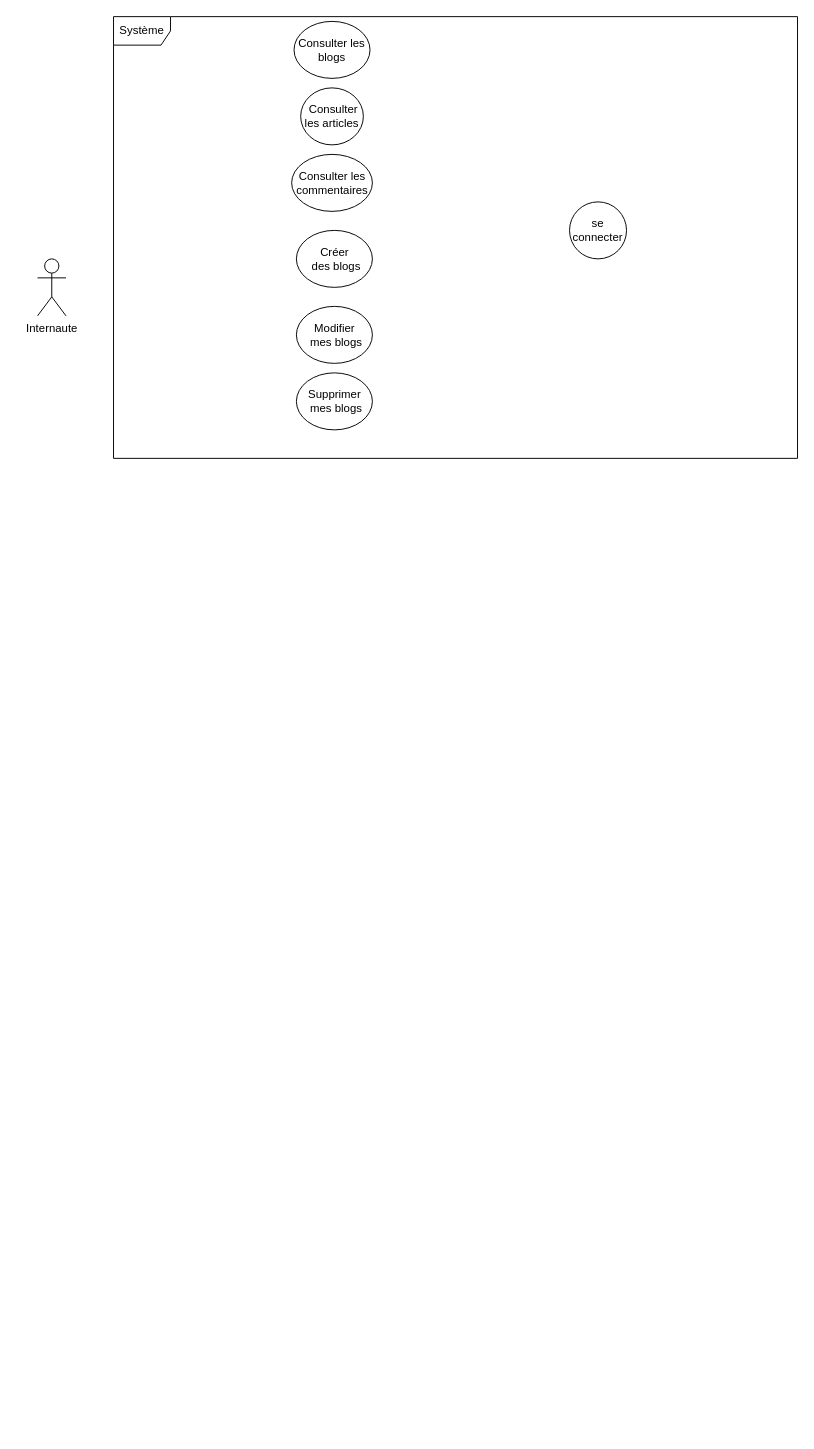
The draw.io diagram page "Diagramme de cas d’utilisation" (3 of 9) of Diagramme sans nom.drawio in Ali0908/BDD_UML, before the edit. Source tidied: cells renumbered, new cells numbered last; positions are measured from the earlier drawing's top-left corner, leaving out a move shared by most shapes. Both pictures are drawn from the tidied source at 95%, with x=0, y=0 at pixel (37, 16).
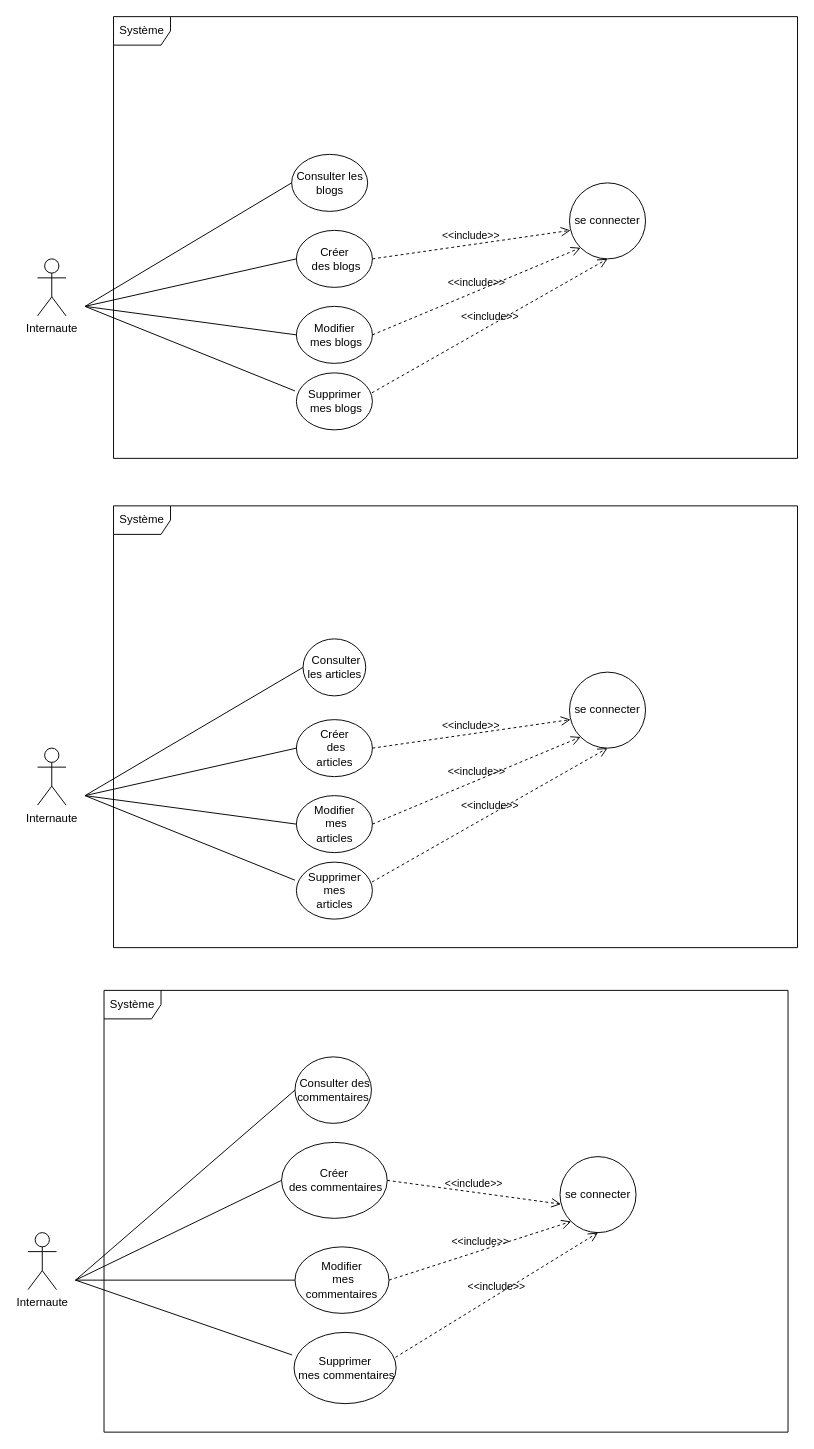
After the change.

Commit message:
MAJ diagramme d'utilisation

The change refers to these unchanged cells:
```xml
<mxCell id="7" value="&lt;div&gt;Créer&lt;/div&gt;&lt;div&gt;&amp;nbsp;des blogs&lt;/div&gt;" style="ellipse;whiteSpace=wrap;html=1;" parent="1" vertex="1">
  <mxGeometry x="272.5" y="225" width="80" height="60" as="geometry" />
</mxCell>
<mxCell id="9" value="&lt;div&gt;Modifier&lt;br&gt;&lt;/div&gt;&lt;div&gt;&amp;nbsp;mes blogs&lt;/div&gt;" style="ellipse;whiteSpace=wrap;html=1;" parent="1" vertex="1">
  <mxGeometry x="272.5" y="305" width="80" height="60" as="geometry" />
</mxCell>
<mxCell id="10" value="&lt;div&gt;Supprimer&lt;br&gt;&lt;/div&gt;&lt;div&gt;&amp;nbsp;mes blogs&lt;/div&gt;" style="ellipse;whiteSpace=wrap;html=1;" parent="1" vertex="1">
  <mxGeometry x="272.5" y="375" width="80" height="60" as="geometry" />
</mxCell>
```

Diff of the diagram source:
```diff
@@
     <mxCell id="3" value="Consulter les blogs" style="ellipse;whiteSpace=wrap;html=1;" parent="1" vertex="1">
-      <mxGeometry x="270" y="5" width="80" height="60" as="geometry" />
+      <mxGeometry x="267.5" y="145" width="80" height="60" as="geometry" />
     </mxCell>
-    <mxCell id="4" value="&amp;nbsp;Consulter les articles" style="ellipse;whiteSpace=wrap;html=1;" parent="1" vertex="1">
-      <mxGeometry x="277" y="75" width="66" height="60" as="geometry" />
-    </mxCell>
-    <mxCell id="5" value="Consulter les commentaires" style="ellipse;whiteSpace=wrap;html=1;" parent="1" vertex="1">
-      <mxGeometry x="267.5" y="145" width="85" height="60" as="geometry" />
-    </mxCell>
@@
     <mxCell id="8" value="se connecter" style="ellipse;whiteSpace=wrap;html=1;" parent="1" vertex="1">
-      <mxGeometry x="560" y="195" width="60" height="60" as="geometry" />
+      <mxGeometry x="560" y="175" width="80" height="80" as="geometry" />
     </mxCell>
@@
+    <mxCell id="11" style="endArrow=none;html=1;rounded=0;entryX=0;entryY=0.5;entryDx=0;entryDy=0;" parent="1" edge="1" target="3">
+      <mxGeometry relative="1" as="geometry">
+        <mxPoint x="50" y="305" as="sourcePoint" />
+      </mxGeometry>
+    </mxCell>
+    <mxCell id="12" style="endArrow=none;html=1;rounded=0;entryX=0;entryY=0.5;entryDx=0;entryDy=0;" parent="1" edge="1" target="7">
+      <mxGeometry relative="1" as="geometry">
+        <mxPoint x="50" y="305" as="sourcePoint" />
+      </mxGeometry>
+    </mxCell>
+    <mxCell id="13" style="endArrow=none;html=1;rounded=0;entryX=0;entryY=0.5;entryDx=0;entryDy=0;" parent="1" edge="1" target="9">
+      <mxGeometry relative="1" as="geometry">
+        <mxPoint x="50" y="305" as="sourcePoint" />
+      </mxGeometry>
+    </mxCell>
+    <mxCell id="14" style="endArrow=none;html=1;rounded=0;entryX=-0.019;entryY=0.317;entryDx=0;entryDy=0;entryPerimeter=0;" parent="1" edge="1" target="10">
+      <mxGeometry relative="1" as="geometry">
+        <mxPoint x="50" y="305" as="sourcePoint" />
+      </mxGeometry>
+    </mxCell>
+    <mxCell id="15" value="&amp;lt;&amp;lt;include&amp;gt;&amp;gt;" style="endArrow=open;startArrow=none;endFill=0;startFill=0;endSize=8;html=1;verticalAlign=bottom;dashed=1;labelBackgroundColor=none;rounded=0;exitX=1;exitY=0.5;exitDx=0;exitDy=0;entryX=0.013;entryY=0.625;entryDx=0;entryDy=0;entryPerimeter=0;" parent="1" edge="1" source="7" target="8">
+      <mxGeometry relative="1" as="geometry" />
+    </mxCell>
+    <mxCell id="16" value="&amp;lt;&amp;lt;include&amp;gt;&amp;gt;" style="endArrow=open;startArrow=none;endFill=0;startFill=0;endSize=8;html=1;verticalAlign=bottom;dashed=1;labelBackgroundColor=none;rounded=0;exitX=1;exitY=0.5;exitDx=0;exitDy=0;entryX=0;entryY=1;entryDx=0;entryDy=0;" parent="1" edge="1" source="9" target="8">
+      <mxGeometry relative="1" as="geometry" />
+    </mxCell>
+    <mxCell id="17" value="&amp;lt;&amp;lt;include&amp;gt;&amp;gt;" style="endArrow=open;startArrow=none;endFill=0;startFill=0;endSize=8;html=1;verticalAlign=bottom;dashed=1;labelBackgroundColor=none;rounded=0;exitX=0.994;exitY=0.35;exitDx=0;exitDy=0;exitPerimeter=0;entryX=0.5;entryY=1;entryDx=0;entryDy=0;entryPerimeter=0;" parent="1" edge="1" source="10" target="8">
+      <mxGeometry relative="1" as="geometry" />
+    </mxCell>
+    <mxCell id="18" value="Internaute" style="shape=umlActor;verticalLabelPosition=bottom;verticalAlign=top;html=1;" parent="1" vertex="1">
+      <mxGeometry y="770" width="30" height="60" as="geometry" />
+    </mxCell>
+    <mxCell id="4" value="&amp;nbsp;Consulter les articles" style="ellipse;whiteSpace=wrap;html=1;" parent="1" vertex="1">
+      <mxGeometry x="279.5" y="655" width="66" height="60" as="geometry" />
+    </mxCell>
+    <mxCell id="19" value="Système" style="shape=umlFrame;whiteSpace=wrap;html=1;" parent="1" vertex="1">
+      <mxGeometry x="80" y="515" width="720" height="465" as="geometry" />
+    </mxCell>
+    <mxCell id="20" value="&lt;div&gt;Créer&lt;/div&gt;&lt;div&gt;&amp;nbsp;des&lt;/div&gt;articles" style="ellipse;whiteSpace=wrap;html=1;" parent="1" vertex="1">
+      <mxGeometry x="272.5" y="740" width="80" height="60" as="geometry" />
+    </mxCell>
+    <mxCell id="21" value="se connecter" style="ellipse;whiteSpace=wrap;html=1;" parent="1" vertex="1">
+      <mxGeometry x="560" y="690" width="80" height="80" as="geometry" />
+    </mxCell>
+    <mxCell id="22" value="&lt;div&gt;Modifier&lt;br&gt;&lt;/div&gt;&lt;div&gt;&amp;nbsp;mes&lt;/div&gt;articles" style="ellipse;whiteSpace=wrap;html=1;" parent="1" vertex="1">
+      <mxGeometry x="272.5" y="820" width="80" height="60" as="geometry" />
+    </mxCell>
+    <mxCell id="23" value="&lt;div&gt;Supprimer&lt;br&gt;&lt;/div&gt;&lt;div&gt;&amp;nbsp;mes&amp;nbsp;&lt;/div&gt;articles" style="ellipse;whiteSpace=wrap;html=1;" parent="1" vertex="1">
+      <mxGeometry x="272.5" y="890" width="80" height="60" as="geometry" />
+    </mxCell>
+    <mxCell id="24" style="endArrow=none;html=1;rounded=0;entryX=0;entryY=0.5;entryDx=0;entryDy=0;" parent="1" edge="1" target="4">
+      <mxGeometry relative="1" as="geometry">
+        <mxPoint x="50" y="820" as="sourcePoint" />
+      </mxGeometry>
+    </mxCell>
+    <mxCell id="25" style="endArrow=none;html=1;rounded=0;entryX=0;entryY=0.5;entryDx=0;entryDy=0;" parent="1" edge="1" target="20">
+      <mxGeometry relative="1" as="geometry">
+        <mxPoint x="50" y="820" as="sourcePoint" />
+      </mxGeometry>
+    </mxCell>
+    <mxCell id="26" style="endArrow=none;html=1;rounded=0;entryX=0;entryY=0.5;entryDx=0;entryDy=0;" parent="1" edge="1" target="22">
+      <mxGeometry relative="1" as="geometry">
+        <mxPoint x="50" y="820" as="sourcePoint" />
+      </mxGeometry>
+    </mxCell>
+    <mxCell id="27" style="endArrow=none;html=1;rounded=0;entryX=-0.019;entryY=0.317;entryDx=0;entryDy=0;entryPerimeter=0;" parent="1" edge="1" target="23">
+      <mxGeometry relative="1" as="geometry">
+        <mxPoint x="50" y="820" as="sourcePoint" />
+      </mxGeometry>
+    </mxCell>
+    <mxCell id="28" value="&amp;lt;&amp;lt;include&amp;gt;&amp;gt;" style="endArrow=open;startArrow=none;endFill=0;startFill=0;endSize=8;html=1;verticalAlign=bottom;dashed=1;labelBackgroundColor=none;rounded=0;exitX=1;exitY=0.5;exitDx=0;exitDy=0;entryX=0.013;entryY=0.625;entryDx=0;entryDy=0;entryPerimeter=0;" parent="1" edge="1" source="20" target="21">
+      <mxGeometry relative="1" as="geometry" />
+    </mxCell>
+    <mxCell id="29" value="&amp;lt;&amp;lt;include&amp;gt;&amp;gt;" style="endArrow=open;startArrow=none;endFill=0;startFill=0;endSize=8;html=1;verticalAlign=bottom;dashed=1;labelBackgroundColor=none;rounded=0;exitX=1;exitY=0.5;exitDx=0;exitDy=0;entryX=0;entryY=1;entryDx=0;entryDy=0;" parent="1" edge="1" source="22" target="21">
+      <mxGeometry relative="1" as="geometry" />
+    </mxCell>
+    <mxCell id="30" value="&amp;lt;&amp;lt;include&amp;gt;&amp;gt;" style="endArrow=open;startArrow=none;endFill=0;startFill=0;endSize=8;html=1;verticalAlign=bottom;dashed=1;labelBackgroundColor=none;rounded=0;exitX=0.994;exitY=0.35;exitDx=0;exitDy=0;exitPerimeter=0;entryX=0.5;entryY=1;entryDx=0;entryDy=0;entryPerimeter=0;" parent="1" edge="1" source="23" target="21">
+      <mxGeometry relative="1" as="geometry" />
+    </mxCell>
+    <mxCell id="31" value="Internaute" style="shape=umlActor;verticalLabelPosition=bottom;verticalAlign=top;html=1;" parent="1" vertex="1">
+      <mxGeometry x="-10" y="1280" width="30" height="60" as="geometry" />
+    </mxCell>
+    <mxCell id="32" value="&amp;nbsp;Consulter des commentaires" style="ellipse;whiteSpace=wrap;html=1;" parent="1" vertex="1">
+      <mxGeometry x="271" y="1095" width="80.5" height="70" as="geometry" />
+    </mxCell>
+    <mxCell id="33" value="Système" style="shape=umlFrame;whiteSpace=wrap;html=1;" parent="1" vertex="1">
+      <mxGeometry x="70" y="1025" width="720" height="465" as="geometry" />
+    </mxCell>
+    <mxCell id="34" value="&lt;div&gt;Créer&lt;/div&gt;&lt;div&gt;&amp;nbsp;des commentaires&lt;/div&gt;" style="ellipse;whiteSpace=wrap;html=1;" parent="1" vertex="1">
+      <mxGeometry x="256.9" y="1185" width="111.2" height="80" as="geometry" />
+    </mxCell>
+    <mxCell id="35" value="se connecter" style="ellipse;whiteSpace=wrap;html=1;" parent="1" vertex="1">
+      <mxGeometry x="550" y="1200" width="80" height="80" as="geometry" />
+    </mxCell>
+    <mxCell id="36" value="&lt;div&gt;Modifier&lt;br&gt;&lt;/div&gt;&lt;div&gt;&amp;nbsp;mes&lt;/div&gt;&lt;div&gt;commentaires&lt;/div&gt;" style="ellipse;whiteSpace=wrap;html=1;" parent="1" vertex="1">
+      <mxGeometry x="271" y="1295" width="99" height="70" as="geometry" />
+    </mxCell>
+    <mxCell id="37" value="&lt;div&gt;Supprimer&lt;br&gt;&lt;/div&gt;&lt;div&gt;&amp;nbsp;mes commentaires&lt;/div&gt;" style="ellipse;whiteSpace=wrap;html=1;" parent="1" vertex="1">
+      <mxGeometry x="270" y="1385" width="107.5" height="75" as="geometry" />
+    </mxCell>
+    <mxCell id="38" style="endArrow=none;html=1;rounded=0;entryX=0;entryY=0.5;entryDx=0;entryDy=0;" parent="1" edge="1" target="32">
+      <mxGeometry relative="1" as="geometry">
+        <mxPoint x="40" y="1330" as="sourcePoint" />
+      </mxGeometry>
+    </mxCell>
+    <mxCell id="39" style="endArrow=none;html=1;rounded=0;entryX=0;entryY=0.5;entryDx=0;entryDy=0;" parent="1" edge="1" target="34">
+      <mxGeometry relative="1" as="geometry">
+        <mxPoint x="40" y="1330" as="sourcePoint" />
+      </mxGeometry>
+    </mxCell>
+    <mxCell id="40" style="endArrow=none;html=1;rounded=0;entryX=0;entryY=0.5;entryDx=0;entryDy=0;" parent="1" edge="1" target="36">
+      <mxGeometry relative="1" as="geometry">
+        <mxPoint x="40" y="1330" as="sourcePoint" />
+      </mxGeometry>
+    </mxCell>
+    <mxCell id="41" style="endArrow=none;html=1;rounded=0;entryX=-0.019;entryY=0.317;entryDx=0;entryDy=0;entryPerimeter=0;" parent="1" edge="1" target="37">
+      <mxGeometry relative="1" as="geometry">
+        <mxPoint x="40" y="1330" as="sourcePoint" />
+      </mxGeometry>
+    </mxCell>
+    <mxCell id="42" value="&amp;lt;&amp;lt;include&amp;gt;&amp;gt;" style="endArrow=open;startArrow=none;endFill=0;startFill=0;endSize=8;html=1;verticalAlign=bottom;dashed=1;labelBackgroundColor=none;rounded=0;exitX=1;exitY=0.5;exitDx=0;exitDy=0;entryX=0.013;entryY=0.625;entryDx=0;entryDy=0;entryPerimeter=0;" parent="1" edge="1" source="34" target="35">
+      <mxGeometry relative="1" as="geometry" />
+    </mxCell>
+    <mxCell id="43" value="&amp;lt;&amp;lt;include&amp;gt;&amp;gt;" style="endArrow=open;startArrow=none;endFill=0;startFill=0;endSize=8;html=1;verticalAlign=bottom;dashed=1;labelBackgroundColor=none;rounded=0;exitX=1;exitY=0.5;exitDx=0;exitDy=0;entryX=0;entryY=1;entryDx=0;entryDy=0;" parent="1" edge="1" source="36" target="35">
+      <mxGeometry relative="1" as="geometry" />
+    </mxCell>
+    <mxCell id="44" value="&amp;lt;&amp;lt;include&amp;gt;&amp;gt;" style="endArrow=open;startArrow=none;endFill=0;startFill=0;endSize=8;html=1;verticalAlign=bottom;dashed=1;labelBackgroundColor=none;rounded=0;exitX=0.994;exitY=0.35;exitDx=0;exitDy=0;exitPerimeter=0;entryX=0.5;entryY=1;entryDx=0;entryDy=0;entryPerimeter=0;" parent="1" edge="1" source="37" target="35">
+      <mxGeometry relative="1" as="geometry" />
+    </mxCell>
```
